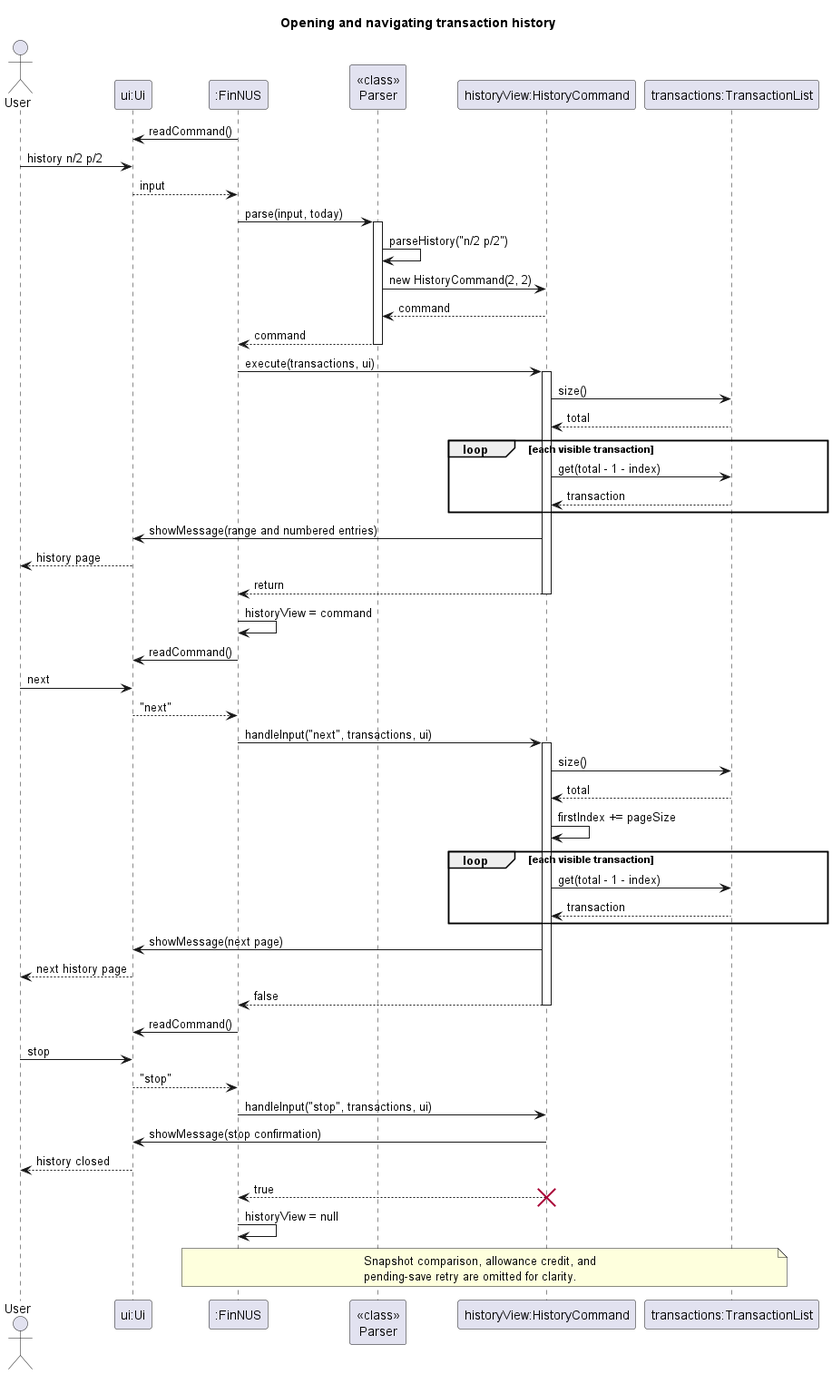
AY2627S1-CS2113-W13-2/tp keeps this PlantUML diagram as docs/images/HistorySequenceDiagram.png. Above is the earlier version. The source it was exported from:
```plantuml
@startuml HistorySequenceDiagram
title Opening and navigating transaction history
skinparam shadowing false

actor User
participant "ui:Ui" as Ui
participant ":FinNUS" as App
participant "<<class>>\nParser" as Parser
participant "historyView:HistoryCommand" as History
participant "transactions:TransactionList" as Ledger

App -> Ui: readCommand()
User -> Ui: history n/2 p/2
Ui --> App: input
App -> Parser: parse(input, today)
activate Parser
Parser -> Parser: parseHistory("n/2 p/2")
Parser -> History: new HistoryCommand(2, 2)
History --> Parser: command
Parser --> App: command
deactivate Parser
App -> History: execute(transactions, ui)
activate History
History -> Ledger: size()
Ledger --> History: total
loop each visible transaction
    History -> Ledger: get(total - 1 - index)
    Ledger --> History: transaction
end
History -> Ui: showMessage(range and numbered entries)
Ui --> User: history page
History --> App: return
deactivate History
App -> App: historyView = command

App -> Ui: readCommand()
User -> Ui: next
Ui --> App: "next"
App -> History: handleInput("next", transactions, ui)
activate History
History -> Ledger: size()
Ledger --> History: total
History -> History: firstIndex += pageSize
loop each visible transaction
    History -> Ledger: get(total - 1 - index)
    Ledger --> History: transaction
end
History -> Ui: showMessage(next page)
Ui --> User: next history page
History --> App: false
deactivate History

App -> Ui: readCommand()
User -> Ui: stop
Ui --> App: "stop"
App -> History: handleInput("stop", transactions, ui)
History -> Ui: showMessage(stop confirmation)
Ui --> User: history closed
History --> App: true
destroy History
App -> App: historyView = null

note over App, Ledger
  Snapshot comparison, allowance credit, and
  pending-save retry are omitted for clarity.
end note
@enduml
```
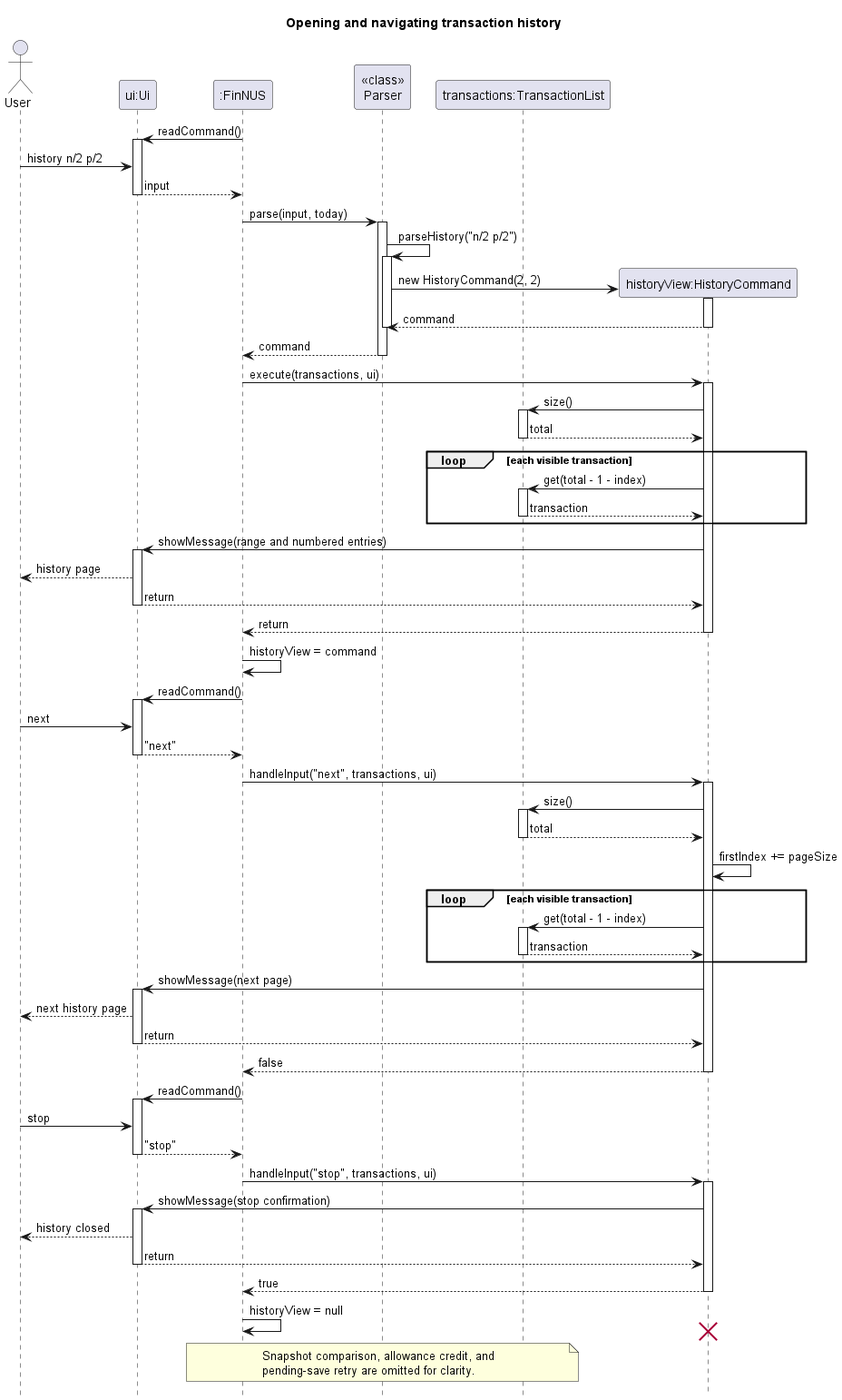
The same file after the commit.

Commit message:
Improve clarity of HistorySequenceDiagram

What changed in the source:
```diff
@@ -1,64 +1,94 @@
 @startuml HistorySequenceDiagram
 title Opening and navigating transaction history
 skinparam shadowing false
+hide footbox
 
 actor User
 participant "ui:Ui" as Ui
 participant ":FinNUS" as App
 participant "<<class>>\nParser" as Parser
-participant "historyView:HistoryCommand" as History
 participant "transactions:TransactionList" as Ledger
 
 App -> Ui: readCommand()
+activate Ui
 User -> Ui: history n/2 p/2
 Ui --> App: input
+deactivate Ui
 App -> Parser: parse(input, today)
 activate Parser
 Parser -> Parser: parseHistory("n/2 p/2")
+activate Parser
+create "historyView:HistoryCommand" as History
 Parser -> History: new HistoryCommand(2, 2)
+activate History
 History --> Parser: command
+deactivate History
+deactivate Parser
 Parser --> App: command
 deactivate Parser
 App -> History: execute(transactions, ui)
 activate History
 History -> Ledger: size()
+activate Ledger
 Ledger --> History: total
+deactivate Ledger
 loop each visible transaction
     History -> Ledger: get(total - 1 - index)
+    activate Ledger
     Ledger --> History: transaction
+    deactivate Ledger
 end
 History -> Ui: showMessage(range and numbered entries)
+activate Ui
 Ui --> User: history page
+Ui --> History: return
+deactivate Ui
 History --> App: return
 deactivate History
 App -> App: historyView = command
 
 App -> Ui: readCommand()
+activate Ui
 User -> Ui: next
 Ui --> App: "next"
+deactivate Ui
 App -> History: handleInput("next", transactions, ui)
 activate History
 History -> Ledger: size()
+activate Ledger
 Ledger --> History: total
+deactivate Ledger
 History -> History: firstIndex += pageSize
 loop each visible transaction
     History -> Ledger: get(total - 1 - index)
+    activate Ledger
     Ledger --> History: transaction
+    deactivate Ledger
 end
 History -> Ui: showMessage(next page)
+activate Ui
 Ui --> User: next history page
+Ui --> History: return
+deactivate Ui
 History --> App: false
 deactivate History
 
 App -> Ui: readCommand()
+activate Ui
 User -> Ui: stop
 Ui --> App: "stop"
+deactivate Ui
 App -> History: handleInput("stop", transactions, ui)
+activate History
 History -> Ui: showMessage(stop confirmation)
+activate Ui
 Ui --> User: history closed
+Ui --> History: return
+deactivate Ui
 History --> App: true
+deactivate History
+App -> App: historyView = null
 destroy History
-App -> App: historyView = null
 
 note over App, Ledger
   Snapshot comparison, allowance credit, and
```
